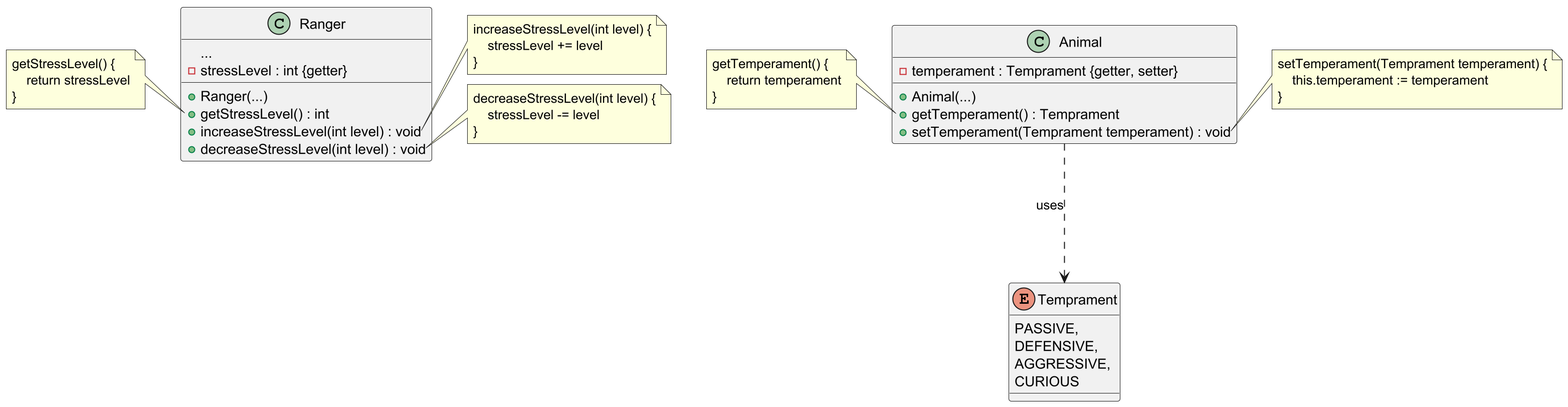
This is oop1/assignments/big_assignment2/classes/Class Diagram 1.png from bobur-yusupov/university-courses-notes-practices, a PlantUML export, as it was before one commit.
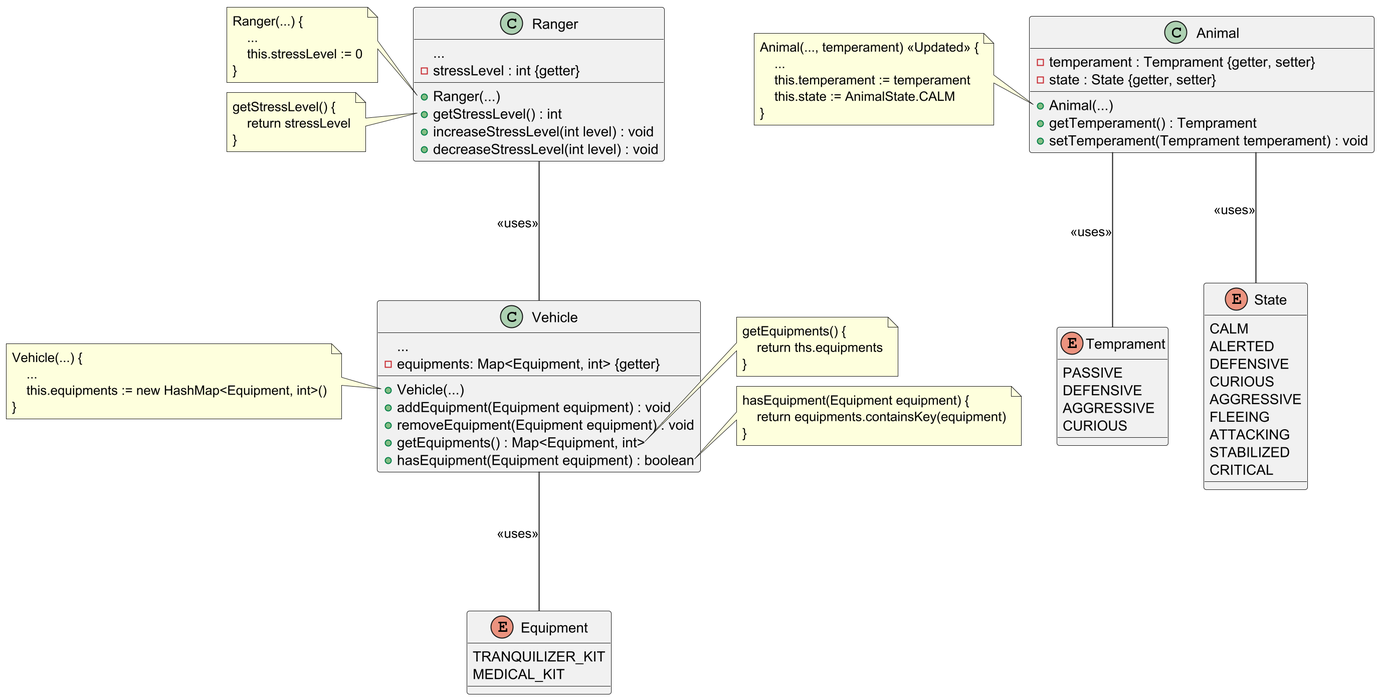
Above is the later version.

Change to the diagram source:
```diff
@@ -13,51 +13,94 @@
     +decreaseStressLevel(int level) : void
 }
 
+note left of Ranger::Ranger
+    Ranger(...) {
+        ...
+        this.stressLevel := 0
+    }
+end note
+
 note left of Ranger::getStressLevel
     getStressLevel() {
         return stressLevel
     }
 end note
 
-note right of Ranger::increaseStressLevel
-    increaseStressLevel(int level) {
-        stressLevel += level
-    }
-end note
+enum Temprament {
+    PASSIVE
+    DEFENSIVE
+    AGGRESSIVE
+    CURIOUS
+}
 
-note right of Ranger::decreaseStressLevel
-    decreaseStressLevel(int level) {
-        stressLevel -= level
-    }
-end note
-
-enum Temprament {
-    PASSIVE,
-    DEFENSIVE,
-    AGGRESSIVE,
+enum State {
+    CALM
+    ALERTED
+    DEFENSIVE
     CURIOUS
+    AGGRESSIVE
+    FLEEING
+    ATTACKING
+    STABILIZED
+    CRITICAL
 }
 
 class Animal {
     -temperament : Temprament {getter, setter}
+    -state : State {getter, setter}
 
     +Animal(...)
     +getTemperament() : Temprament
     +setTemperament(Temprament temperament) : void
 }
 
-note left of Animal::getTemperament
-    getTemperament() {
-        return temperament
+note left of Animal::Animal
+    Animal(..., temperament) <<Updated>> {
+        ...
+        this.temperament := temperament
+        this.state := AnimalState.CALM
     }
 end note
 
-note right of Animal::setTemperament
-    setTemperament(Temprament temperament) {
-        this.temperament := temperament
+enum Equipment {
+    TRANQUILIZER_KIT
+    MEDICAL_KIT
+}
+
+class Vehicle {
+    ...
+    -equipments: Map<Equipment, int> {getter}
+
+    +Vehicle(...)
+    +addEquipment(Equipment equipment) : void
+    +removeEquipment(Equipment equipment) : void
+    +getEquipments() : Map<Equipment, int>
+    +hasEquipment(Equipment equipment) : boolean
+}
+
+note left of Vehicle::Vehicle
+    Vehicle(...) {
+        ...
+        this.equipments := new HashMap<Equipment, int>()
     }
 end note
 
-Animal ...> Temprament : uses
+note right of Vehicle::getEquipments
+    getEquipments() {
+        return ths.equipments
+    }
+end note
+
+note right of Vehicle::hasEquipment
+    hasEquipment(Equipment equipment) {
+        return equipments.containsKey(equipment)
+    }
+end note
+
+Animal --- Temprament : <<uses>>
+Animal --- State : <<uses>>
+
+Vehicle --- Equipment : <<uses>>
+Ranger --- Vehicle : <<uses>>
 
 @enduml
```
